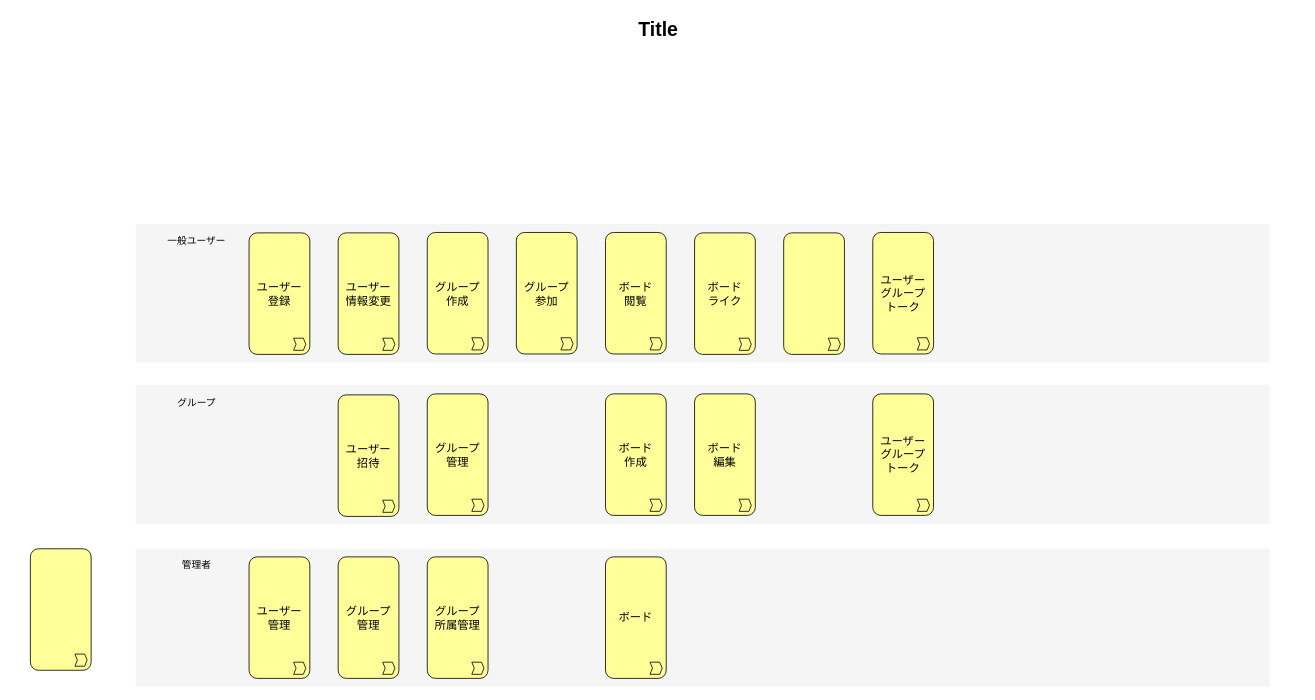
daichi-python/Gibrary keeps this draw.io diagram as page "機能一覧" (1 of 8) of Gibrary 設計.drawio. Above is the earlier version. Source tidied: cells renumbered, new cells numbered last; positions are measured from the earlier drawing's top-left corner, leaving out a move shared by most shapes. Both pictures are drawn from the tidied source at 81%, with x=0, y=0 at pixel (14, 14).
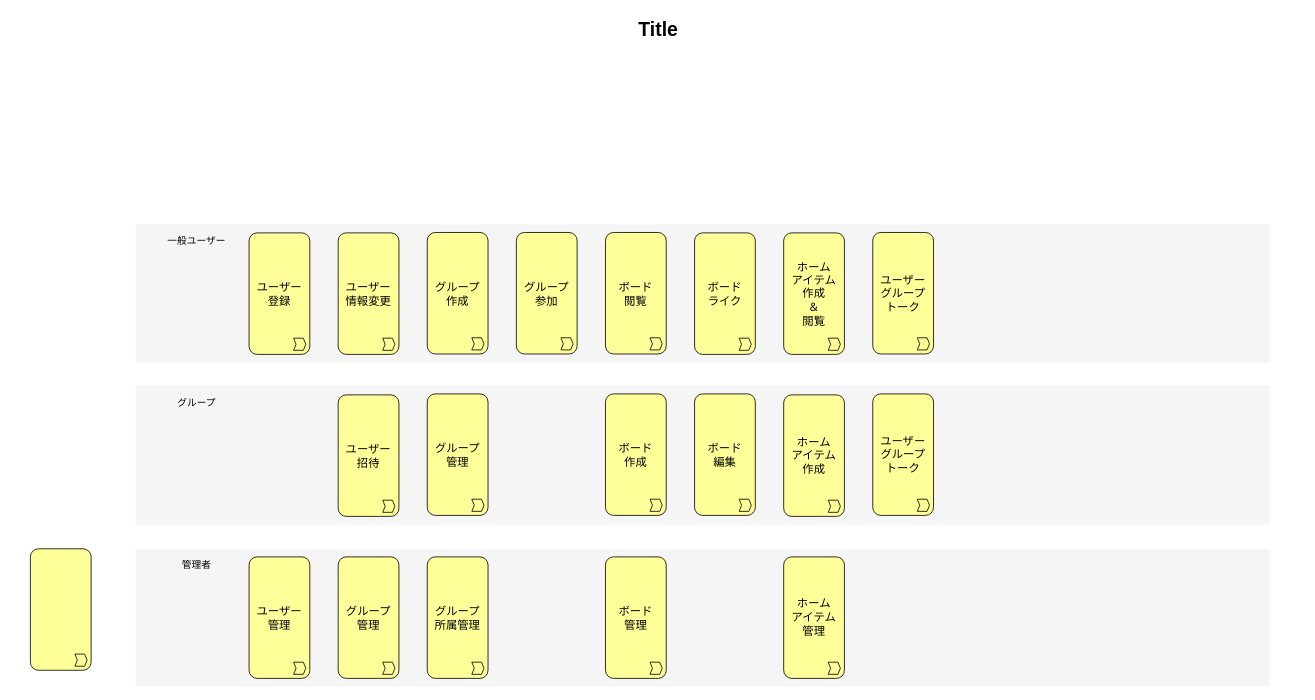
After the change.

The edit, as a diff of the source:
```diff
@@
-    <mxCell id="20" value="ボード" style="html=1;whiteSpace=wrap;fillColor=#ffff99;shape=mxgraph.archimate3.application;appType=func;archiType=rounded;fontSize=14;direction=south;" parent="1" vertex="1">
+    <mxCell id="20" value="ボード&lt;br&gt;管理" style="html=1;whiteSpace=wrap;fillColor=#ffff99;shape=mxgraph.archimate3.application;appType=func;archiType=rounded;fontSize=14;direction=south;" parent="1" vertex="1">
       <mxGeometry x="730" y="670" width="75" height="150" as="geometry" />
     </mxCell>
@@
-    <mxCell id="26" style="html=1;whiteSpace=wrap;fillColor=#ffff99;shape=mxgraph.archimate3.application;appType=func;archiType=rounded;fontSize=14;direction=south;" parent="1" vertex="1">
+    <mxCell id="26" value="ホーム&lt;br&gt;アイテム&lt;br&gt;作成&lt;br&gt;＆&lt;br&gt;閲覧" style="html=1;whiteSpace=wrap;fillColor=#ffff99;shape=mxgraph.archimate3.application;appType=func;archiType=rounded;fontSize=14;direction=south;" parent="1" vertex="1">
       <mxGeometry x="950" y="270" width="75" height="150" as="geometry" />
     </mxCell>
+    <mxCell id="27" value="ホーム&lt;br&gt;アイテム&lt;br&gt;作成" style="html=1;whiteSpace=wrap;fillColor=#ffff99;shape=mxgraph.archimate3.application;appType=func;archiType=rounded;fontSize=14;direction=south;" parent="1" vertex="1">
+      <mxGeometry x="950" y="470" width="75" height="150" as="geometry" />
+    </mxCell>
+    <mxCell id="28" value="ホーム&lt;br&gt;アイテム&lt;br&gt;管理" style="html=1;whiteSpace=wrap;fillColor=#ffff99;shape=mxgraph.archimate3.application;appType=func;archiType=rounded;fontSize=14;direction=south;" parent="1" vertex="1">
+      <mxGeometry x="950" y="670" width="75" height="150" as="geometry" />
+    </mxCell>
```
